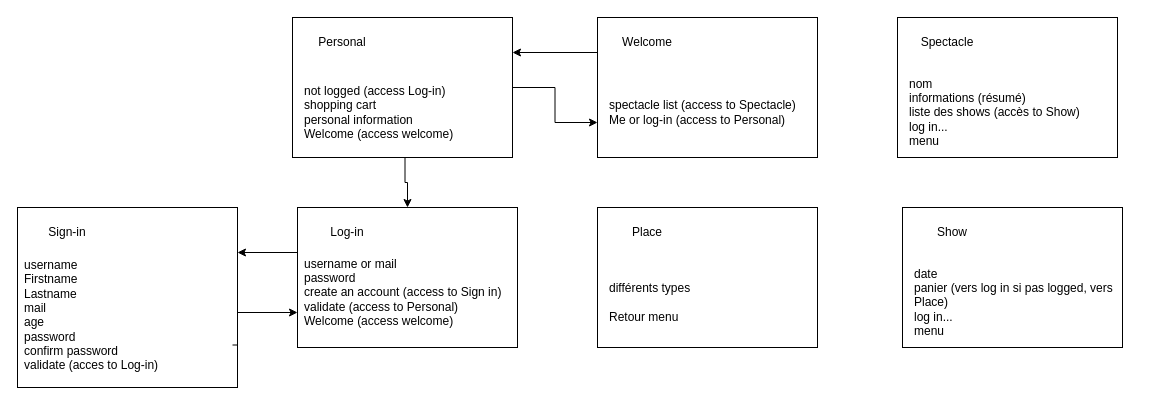
Earlier version of the draw.io diagram page "pages web" (6 of 6) of analyse/Diagramme sans nom.drawio (baptisteRiviere/SpectacleHallManagement). Source tidied: cells renumbered, new cells numbered last; positions are measured from the earlier drawing's top-left corner, leaving out a move shared by most shapes. Both pictures are drawn from the tidied source at 100%, with x=0, y=0 at pixel (17, 17).
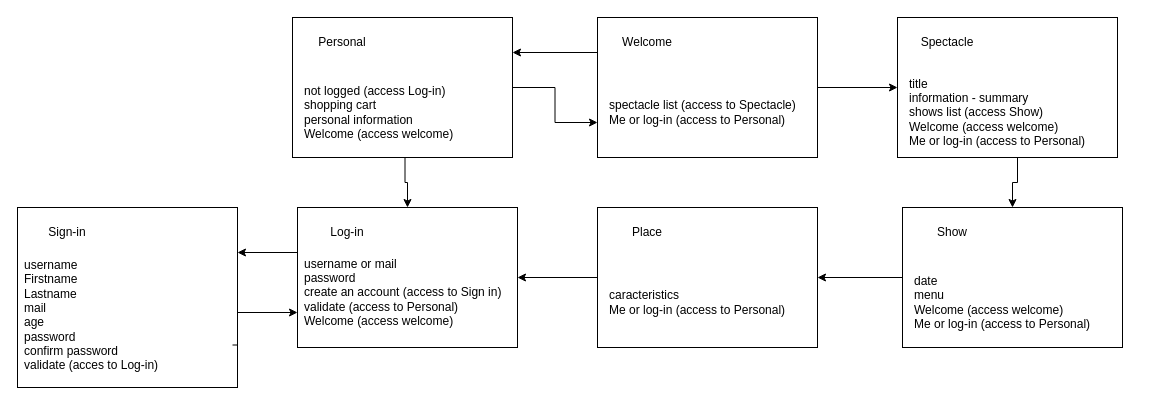
The same diagram, later.

Unchanged cells that the change refers to:
```xml
<mxCell id="3" style="rounded=0;whiteSpace=wrap;html=1;" parent="1" vertex="1">
  <mxGeometry x="580" width="220" height="140" as="geometry" />
</mxCell>
<mxCell id="6" style="rounded=0;whiteSpace=wrap;html=1;" parent="1" vertex="1">
  <mxGeometry x="880" width="220" height="140" as="geometry" />
</mxCell>
<mxCell id="9" style="rounded=0;whiteSpace=wrap;html=1;" parent="1" vertex="1">
  <mxGeometry x="885" y="190" width="220" height="140" as="geometry" />
</mxCell>
<mxCell id="12" style="rounded=0;whiteSpace=wrap;html=1;" parent="1" vertex="1">
  <mxGeometry x="580" y="190" width="220" height="140" as="geometry" />
</mxCell>
<mxCell id="16" style="rounded=0;whiteSpace=wrap;html=1;" parent="1" vertex="1">
  <mxGeometry x="280" y="190" width="220" height="140" as="geometry" />
</mxCell>
```

What changed in the source:
```diff
@@
+    <mxCell id="28" style="edgeStyle=orthogonalEdgeStyle;rounded=0;jettySize=auto;html=1;entryX=0;entryY=0.5;entryDx=0;entryDy=0;" parent="1" edge="1" source="3" target="6">
+      <mxGeometry relative="1" as="geometry" />
+    </mxCell>
@@
+    <mxCell id="29" style="edgeStyle=orthogonalEdgeStyle;rounded=0;jettySize=auto;html=1;entryX=0.5;entryY=0;entryDx=0;entryDy=0;" parent="1" edge="1" source="8" target="9">
+      <mxGeometry relative="1" as="geometry" />
+    </mxCell>
-    <mxCell id="8" value="&lt;div&gt;nom&lt;/div&gt;&lt;div&gt;informations (résumé)&lt;/div&gt;&lt;div&gt;liste des shows (accès to Show)&lt;br&gt;&lt;/div&gt;&lt;div&gt;log in...&lt;/div&gt;&lt;div&gt;menu&lt;br&gt;&lt;/div&gt;" style="text;html=1;strokeColor=none;fillColor=none;align=left;verticalAlign=middle;whiteSpace=wrap;rounded=0;" parent="1" vertex="1">
+    <mxCell id="8" value="&lt;div&gt;title&lt;/div&gt;&lt;div&gt;information - summary&lt;br&gt;&lt;/div&gt;&lt;div&gt;shows list (access Show)&lt;br&gt;&lt;/div&gt;&lt;div&gt;Welcome (access welcome)&lt;br&gt;&lt;/div&gt;&lt;div&gt;&lt;div align=&quot;left&quot;&gt;Me or log-in (access to Personal)&lt;br&gt;&lt;/div&gt;&lt;/div&gt;" style="text;html=1;strokeColor=none;fillColor=none;align=left;verticalAlign=middle;whiteSpace=wrap;rounded=0;" parent="1" vertex="1">
       <mxGeometry x="890" y="50" width="220" height="90" as="geometry" />
     </mxCell>
+    <mxCell id="30" style="edgeStyle=orthogonalEdgeStyle;rounded=0;jettySize=auto;html=1;" parent="1" edge="1" source="9" target="12">
+      <mxGeometry relative="1" as="geometry" />
+    </mxCell>
@@
-    <mxCell id="11" value="&lt;div&gt;date&lt;/div&gt;&lt;div&gt;panier (vers log in si pas logged, vers Place)&lt;br&gt;&lt;/div&gt;&lt;div&gt;log in...&lt;/div&gt;&lt;div&gt;menu&lt;br&gt;&lt;/div&gt;" style="text;html=1;strokeColor=none;fillColor=none;align=left;verticalAlign=middle;whiteSpace=wrap;rounded=0;" parent="1" vertex="1">
+    <mxCell id="11" value="&lt;div&gt;date&lt;/div&gt;&lt;div&gt;menu&lt;/div&gt;&lt;div&gt;Welcome (access welcome)&lt;/div&gt;&lt;div&gt;&lt;div&gt;&lt;div align=&quot;left&quot;&gt;Me or log-in (access to Personal)&lt;br&gt;&lt;/div&gt;&lt;/div&gt;&lt;/div&gt;" style="text;html=1;strokeColor=none;fillColor=none;align=left;verticalAlign=middle;whiteSpace=wrap;rounded=0;" parent="1" vertex="1">
       <mxGeometry x="895" y="240" width="220" height="90" as="geometry" />
     </mxCell>
@@
+    <mxCell id="31" style="edgeStyle=orthogonalEdgeStyle;rounded=0;jettySize=auto;html=1;" parent="1" edge="1" source="12" target="16">
+      <mxGeometry relative="1" as="geometry" />
+    </mxCell>
-    <mxCell id="14" value="&lt;div&gt;différents types &lt;br&gt;&lt;/div&gt;&lt;div&gt;&lt;br&gt;&lt;/div&gt;&lt;div&gt;Retour menu&lt;br&gt;&lt;/div&gt;" style="text;html=1;strokeColor=none;fillColor=none;align=left;verticalAlign=middle;whiteSpace=wrap;rounded=0;" parent="1" vertex="1">
-      <mxGeometry x="590" y="240" width="220" height="90" as="geometry" />
+    <mxCell id="14" value="&lt;div&gt;caracteristics&lt;br&gt;&lt;/div&gt;&lt;div&gt;Me or log-in (access to Personal)&lt;/div&gt;" style="text;html=1;strokeColor=none;fillColor=none;align=left;verticalAlign=middle;whiteSpace=wrap;rounded=0;" parent="1" vertex="1">
+      <mxGeometry x="590" y="240" width="200" height="90" as="geometry" />
     </mxCell>
```
